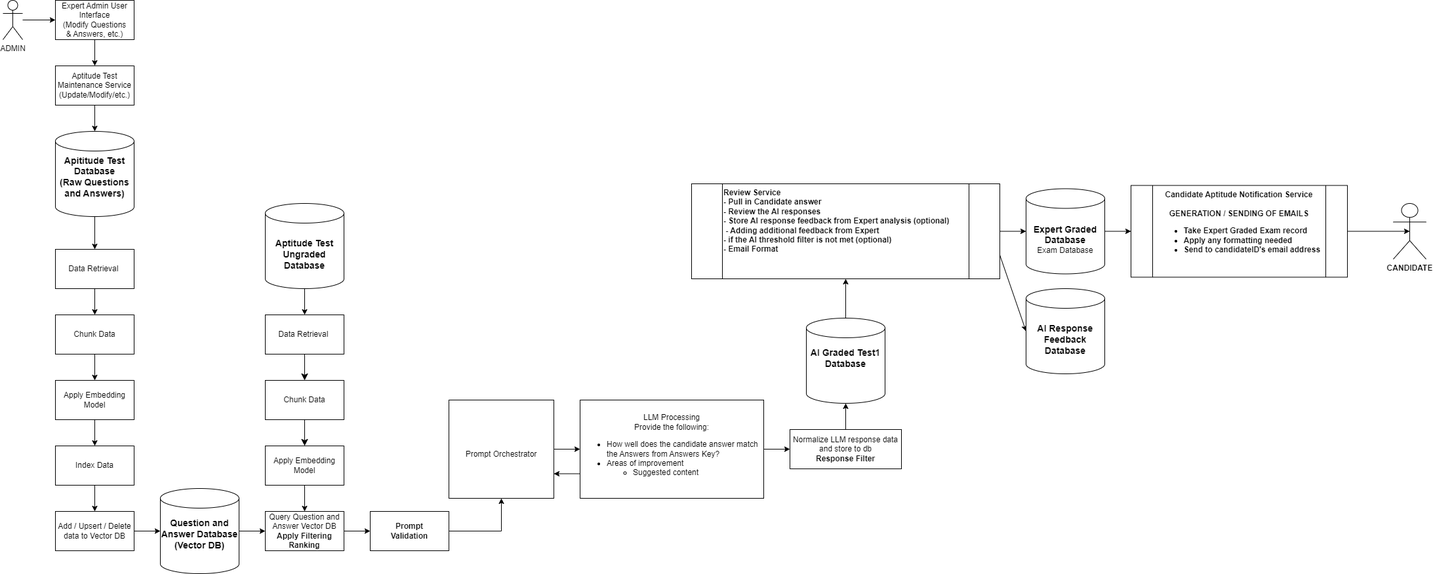
Earlier version of the draw.io export diagrams/ai-short-answer-auto-grader.drawio.png (mmat1/skynet-ai-2025). Source tidied: cells renumbered, new cells last; positions are measured from the earlier drawing's top-left corner, leaving out a move shared by most shapes. Its diagram source:
```xml
<mxGraphModel>
  <root>
    <mxCell id="0" />
    <mxCell id="1" parent="0" />
    <mxCell id="2" value="&lt;b style=&quot;font-size: 14px;&quot;&gt;Aptitude Test Ungraded Database&lt;/b&gt;" style="shape=cylinder3;whiteSpace=wrap;html=1;boundedLbl=1;backgroundOutline=1;size=15;strokeColor=default;align=center;verticalAlign=middle;fontFamily=Helvetica;fontSize=12;fontColor=default;fillColor=default;" parent="1" vertex="1">
      <mxGeometry x="400" y="310" width="120" height="130" as="geometry" />
    </mxCell>
    <mxCell id="3" style="edgeStyle=none;curved=1;rounded=0;jettySize=auto;html=1;fontSize=12;startSize=8;endSize=8;" parent="1" edge="1" source="4" target="49">
      <mxGeometry relative="1" as="geometry" />
    </mxCell>
    <mxCell id="4" value="Data Retrieval&amp;nbsp;" style="rounded=0;whiteSpace=wrap;html=1;" parent="1" vertex="1">
      <mxGeometry x="400" y="480" width="120" height="60" as="geometry" />
    </mxCell>
    <mxCell id="5" style="edgeStyle=orthogonalEdgeStyle;rounded=0;jettySize=auto;html=1;entryX=0.5;entryY=0;entryDx=0;entryDy=0;" parent="1" edge="1" source="2" target="4">
      <mxGeometry relative="1" as="geometry" />
    </mxCell>
    <mxCell id="6" style="edgeStyle=orthogonalEdgeStyle;rounded=0;jettySize=auto;html=1;exitX=0.5;exitY=1;exitDx=0;exitDy=0;entryX=0.5;entryY=0;entryDx=0;entryDy=0;" parent="1" edge="1" source="7" target="9">
      <mxGeometry relative="1" as="geometry" />
    </mxCell>
    <mxCell id="7" value="Apply Embedding Model" style="rounded=0;whiteSpace=wrap;html=1;" parent="1" vertex="1">
      <mxGeometry x="400" y="680" width="120" height="60" as="geometry" />
    </mxCell>
    <mxCell id="8" style="edgeStyle=orthogonalEdgeStyle;rounded=0;jettySize=auto;html=1;entryX=0;entryY=0.5;entryDx=0;entryDy=0;" parent="1" edge="1" source="9" target="38">
      <mxGeometry relative="1" as="geometry" />
    </mxCell>
    <mxCell id="9" value="Query Question and Answer Vector DB&lt;br&gt;&lt;b&gt;Apply Filtering&lt;br&gt;Ranking&lt;br&gt;&lt;/b&gt;" style="rounded=0;whiteSpace=wrap;html=1;" parent="1" vertex="1">
      <mxGeometry x="400" y="780" width="120" height="60" as="geometry" />
    </mxCell>
    <mxCell id="10" style="edgeStyle=orthogonalEdgeStyle;rounded=0;jettySize=auto;html=1;exitX=0.5;exitY=1;exitDx=0;exitDy=0;entryX=0.5;entryY=0;entryDx=0;entryDy=0;" parent="1" edge="1" source="11" target="36">
      <mxGeometry relative="1" as="geometry" />
    </mxCell>
    <mxCell id="11" value="Data Retrieval&amp;nbsp;" style="rounded=0;whiteSpace=wrap;html=1;" parent="1" vertex="1">
      <mxGeometry x="80" y="380" width="120" height="60" as="geometry" />
    </mxCell>
    <mxCell id="12" value="&lt;b&gt;&lt;font style=&quot;font-size: 14px;&quot;&gt;Question and Answer Database (Vector DB)&lt;/font&gt;&lt;/b&gt;&lt;div&gt;&lt;b&gt;&lt;font style=&quot;font-size: 14px;&quot;&gt;&lt;br&gt;&lt;/font&gt;&lt;/b&gt;&lt;/div&gt;" style="shape=cylinder3;whiteSpace=wrap;html=1;boundedLbl=1;backgroundOutline=1;size=15;" parent="1" vertex="1">
      <mxGeometry x="240" y="745" width="120" height="130" as="geometry" />
    </mxCell>
    <mxCell id="13" style="edgeStyle=orthogonalEdgeStyle;rounded=0;jettySize=auto;html=1;exitX=0.5;exitY=1;exitDx=0;exitDy=0;" parent="1" edge="1" source="14" target="15">
      <mxGeometry relative="1" as="geometry" />
    </mxCell>
    <mxCell id="14" value="Expert Admin User Interface&lt;div&gt;(Modify Questions&lt;/div&gt;&lt;div&gt;&amp;amp; Answers, etc.)&lt;/div&gt;" style="rounded=0;whiteSpace=wrap;html=1;" parent="1" vertex="1">
      <mxGeometry x="80" width="120" height="60" as="geometry" />
    </mxCell>
    <mxCell id="15" value="Aptitude Test Maintenance Service&lt;div&gt;(Update/Modify/etc.)&lt;/div&gt;" style="rounded=0;whiteSpace=wrap;html=1;" parent="1" vertex="1">
      <mxGeometry x="80" y="100" width="120" height="60" as="geometry" />
    </mxCell>
    <mxCell id="16" value="Add / Upsert / Delete data to Vector DB" style="rounded=0;whiteSpace=wrap;html=1;" parent="1" vertex="1">
      <mxGeometry x="80" y="780" width="120" height="60" as="geometry" />
    </mxCell>
    <mxCell id="17" style="edgeStyle=orthogonalEdgeStyle;rounded=0;jettySize=auto;html=1;exitX=0.5;exitY=1;exitDx=0;exitDy=0;entryX=0.5;entryY=0;entryDx=0;entryDy=0;" parent="1" edge="1" source="19" target="16">
      <mxGeometry relative="1" as="geometry" />
    </mxCell>
    <mxCell id="18" style="edgeStyle=orthogonalEdgeStyle;rounded=0;jettySize=auto;html=1;startArrow=classic;startFill=1;endArrow=none;endFill=0;" parent="1" edge="1" source="19" target="20">
      <mxGeometry relative="1" as="geometry" />
    </mxCell>
    <mxCell id="19" value="Index Data" style="rounded=0;whiteSpace=wrap;html=1;" parent="1" vertex="1">
      <mxGeometry x="80" y="680" width="120" height="60" as="geometry" />
    </mxCell>
    <mxCell id="20" value="Apply Embedding Model" style="rounded=0;whiteSpace=wrap;html=1;" parent="1" vertex="1">
      <mxGeometry x="80" y="580" width="120" height="60" as="geometry" />
    </mxCell>
    <mxCell id="21" style="edgeStyle=orthogonalEdgeStyle;rounded=0;jettySize=auto;html=1;exitX=0.5;exitY=1;exitDx=0;exitDy=0;exitPerimeter=0;entryX=0.5;entryY=0;entryDx=0;entryDy=0;" parent="1" edge="1" source="22" target="11">
      <mxGeometry relative="1" as="geometry" />
    </mxCell>
    <mxCell id="22" value="&lt;b&gt;&lt;font style=&quot;font-size: 14px;&quot;&gt;Apititude Test Database&lt;/font&gt;&lt;/b&gt;&lt;div&gt;&lt;b&gt;&lt;font style=&quot;font-size: 14px;&quot;&gt;(Raw Questions and Answers&lt;/font&gt;&lt;/b&gt;&lt;b style=&quot;background-color: transparent;&quot;&gt;&lt;font style=&quot;font-size: 14px;&quot;&gt;)&lt;/font&gt;&lt;/b&gt;&lt;/div&gt;&lt;div&gt;&lt;div&gt;&lt;div&gt;&lt;b&gt;&lt;font style=&quot;font-size: 14px;&quot;&gt;&lt;br&gt;&lt;/font&gt;&lt;/b&gt;&lt;/div&gt;&lt;/div&gt;&lt;/div&gt;" style="shape=cylinder3;whiteSpace=wrap;html=1;boundedLbl=1;backgroundOutline=1;size=15;strokeColor=default;align=center;verticalAlign=middle;fontFamily=Helvetica;fontSize=12;fontColor=default;fillColor=default;" parent="1" vertex="1">
      <mxGeometry x="80" y="200" width="120" height="130" as="geometry" />
    </mxCell>
    <mxCell id="23" style="edgeStyle=orthogonalEdgeStyle;rounded=0;jettySize=auto;html=1;entryX=0;entryY=0.5;entryDx=0;entryDy=0;" parent="1" edge="1" source="24" target="14">
      <mxGeometry relative="1" as="geometry" />
    </mxCell>
    <mxCell id="24" value="ADMIN" style="shape=umlActor;verticalLabelPosition=bottom;verticalAlign=top;html=1;outlineConnect=0;" parent="1" vertex="1">
      <mxGeometry width="30" height="60" as="geometry" />
    </mxCell>
    <mxCell id="25" style="edgeStyle=orthogonalEdgeStyle;rounded=0;jettySize=auto;html=1;exitX=0.5;exitY=1;exitDx=0;exitDy=0;entryX=0.5;entryY=0;entryDx=0;entryDy=0;entryPerimeter=0;" parent="1" edge="1" source="15" target="22">
      <mxGeometry relative="1" as="geometry" />
    </mxCell>
    <mxCell id="26" style="edgeStyle=orthogonalEdgeStyle;rounded=0;jettySize=auto;html=1;" parent="1" edge="1" source="27" target="31">
      <mxGeometry relative="1" as="geometry" />
    </mxCell>
    <mxCell id="27" value="&lt;div&gt;&lt;br&gt;&lt;/div&gt;&lt;div&gt;&lt;span style=&quot;text-align: left; background-color: initial;&quot;&gt;Prompt Orchestrator&lt;/span&gt;&lt;/div&gt;" style="rounded=0;whiteSpace=wrap;html=1;" parent="1" vertex="1">
      <mxGeometry x="680" y="610" width="160" height="150" as="geometry" />
    </mxCell>
    <mxCell id="28" value="Normalize LLM response data and store to db&lt;br&gt;&lt;b&gt;Response Filter&lt;/b&gt;" style="rounded=0;whiteSpace=wrap;html=1;" parent="1" vertex="1">
      <mxGeometry x="1200" y="655" width="170" height="60" as="geometry" />
    </mxCell>
    <mxCell id="29" style="edgeStyle=orthogonalEdgeStyle;rounded=0;jettySize=auto;html=1;entryX=0;entryY=0.5;entryDx=0;entryDy=0;" parent="1" edge="1" source="31" target="28">
      <mxGeometry relative="1" as="geometry" />
    </mxCell>
    <mxCell id="30" style="edgeStyle=orthogonalEdgeStyle;rounded=0;jettySize=auto;html=1;entryX=1;entryY=0.75;entryDx=0;entryDy=0;" parent="1" edge="1" source="31" target="27">
      <mxGeometry relative="1" as="geometry">
        <Array as="points">
          <mxPoint x="1000" y="688" />
        </Array>
      </mxGeometry>
    </mxCell>
    <mxCell id="31" value="LLM Processing&lt;br&gt;Provide the following:&lt;br&gt;&lt;ul&gt;&lt;li style=&quot;text-align: left;&quot;&gt;How well does the candidate answer match the Answers from Answers Key?&lt;/li&gt;&lt;li style=&quot;text-align: left;&quot;&gt;Areas of improvement&lt;/li&gt;&lt;ul&gt;&lt;li style=&quot;text-align: left;&quot;&gt;Suggested content&lt;/li&gt;&lt;/ul&gt;&lt;/ul&gt;" style="rounded=0;whiteSpace=wrap;html=1;" parent="1" vertex="1">
      <mxGeometry x="880" y="610" width="280" height="150" as="geometry" />
    </mxCell>
    <mxCell id="32" style="edgeStyle=orthogonalEdgeStyle;rounded=0;jettySize=auto;html=1;entryX=0.5;entryY=1;entryDx=0;entryDy=0;" parent="1" edge="1" source="33" target="44">
      <mxGeometry relative="1" as="geometry" />
    </mxCell>
    <mxCell id="33" value="&lt;b&gt;&lt;font style=&quot;font-size: 14px;&quot;&gt;AI Graded Test1 Database&lt;/font&gt;&lt;/b&gt;&lt;div&gt;&lt;b&gt;&lt;font style=&quot;font-size: 14px;&quot;&gt;&lt;br&gt;&lt;/font&gt;&lt;/b&gt;&lt;/div&gt;&lt;div&gt;&lt;b&gt;&lt;font style=&quot;font-size: 14px;&quot;&gt;&lt;br&gt;&lt;/font&gt;&lt;/b&gt;&lt;/div&gt;" style="shape=cylinder3;whiteSpace=wrap;html=1;boundedLbl=1;backgroundOutline=1;size=15;strokeColor=default;align=center;verticalAlign=middle;fontFamily=Helvetica;fontSize=12;fontColor=default;fillColor=default;" parent="1" vertex="1">
      <mxGeometry x="1225" y="485" width="120" height="130" as="geometry" />
    </mxCell>
    <mxCell id="34" style="edgeStyle=orthogonalEdgeStyle;rounded=0;jettySize=auto;html=1;entryX=0.5;entryY=1;entryDx=0;entryDy=0;entryPerimeter=0;" parent="1" edge="1" source="28" target="33">
      <mxGeometry relative="1" as="geometry" />
    </mxCell>
    <mxCell id="35" style="edgeStyle=orthogonalEdgeStyle;rounded=0;jettySize=auto;html=1;entryX=0.5;entryY=0;entryDx=0;entryDy=0;" parent="1" edge="1" source="36" target="20">
      <mxGeometry relative="1" as="geometry" />
    </mxCell>
    <mxCell id="36" value="Chunk Data" style="rounded=0;whiteSpace=wrap;html=1;" parent="1" vertex="1">
      <mxGeometry x="80" y="480" width="120" height="60" as="geometry" />
    </mxCell>
    <mxCell id="37" style="edgeStyle=orthogonalEdgeStyle;rounded=0;jettySize=auto;html=1;exitX=1;exitY=0.5;exitDx=0;exitDy=0;" parent="1" edge="1" source="38" target="27">
      <mxGeometry relative="1" as="geometry" />
    </mxCell>
    <mxCell id="38" value="&lt;b&gt;Prompt&lt;br&gt;Validation&lt;br&gt;&lt;/b&gt;" style="rounded=0;whiteSpace=wrap;html=1;" parent="1" vertex="1">
      <mxGeometry x="560" y="780" width="120" height="60" as="geometry" />
    </mxCell>
    <mxCell id="39" style="edgeStyle=orthogonalEdgeStyle;rounded=0;jettySize=auto;html=1;entryX=0;entryY=0.5;entryDx=0;entryDy=0;" parent="1" edge="1" source="40" target="47">
      <mxGeometry relative="1" as="geometry" />
    </mxCell>
    <mxCell id="40" value="&lt;span style=&quot;font-size: 14px;&quot;&gt;&lt;b&gt;Expert Graded Database&lt;br&gt;&lt;/b&gt;&lt;/span&gt;Exam Database" style="shape=cylinder3;whiteSpace=wrap;html=1;boundedLbl=1;backgroundOutline=1;size=15;strokeColor=default;align=center;verticalAlign=middle;fontFamily=Helvetica;fontSize=12;fontColor=default;fillColor=default;" parent="1" vertex="1">
      <mxGeometry x="1560" y="287.5" width="120" height="130" as="geometry" />
    </mxCell>
    <mxCell id="41" value="&lt;b&gt;CANDIDATE&lt;/b&gt;" style="shape=umlActor;verticalLabelPosition=bottom;verticalAlign=top;html=1;outlineConnect=0;" parent="1" vertex="1">
      <mxGeometry x="2120" y="310" width="50" height="85" as="geometry" />
    </mxCell>
    <mxCell id="42" style="edgeStyle=orthogonalEdgeStyle;rounded=0;jettySize=auto;html=1;" parent="1" edge="1" source="44" target="40">
      <mxGeometry relative="1" as="geometry" />
    </mxCell>
    <mxCell id="43" style="edgeStyle=none;html=1;exitX=1;exitY=0.75;exitDx=0;exitDy=0;entryX=0;entryY=0.5;entryDx=0;entryDy=0;entryPerimeter=0;" parent="1" edge="1" source="44" target="45">
      <mxGeometry relative="1" as="geometry" />
    </mxCell>
    <mxCell id="44" value="&lt;b&gt;Review Service&lt;br&gt;- Pull in Candidate answer&lt;br&gt;-&amp;nbsp;Review the AI responses&lt;br&gt;- Store AI response feedback from Expert analysis (optional)&lt;br&gt;&amp;nbsp;- Adding additional feedback from Expert&lt;br&gt;&lt;/b&gt;&lt;b style=&quot;border-color: var(--border-color);&quot;&gt;- if the AI threshold filter is not met (optional)&lt;/b&gt;&lt;b&gt;&lt;br&gt;- Email Format&lt;br&gt;&lt;/b&gt;" style="shape=process;whiteSpace=wrap;html=1;backgroundOutline=1;verticalAlign=top;align=left;" parent="1" vertex="1">
      <mxGeometry x="1050" y="280" width="470" height="145" as="geometry" />
    </mxCell>
    <mxCell id="45" value="&lt;span style=&quot;font-size: 14px;&quot;&gt;&lt;b&gt;AI Response&lt;br&gt;Feedback Database&lt;/b&gt;&lt;/span&gt;" style="shape=cylinder3;whiteSpace=wrap;html=1;boundedLbl=1;backgroundOutline=1;size=15;strokeColor=default;align=center;verticalAlign=middle;fontFamily=Helvetica;fontSize=12;fontColor=default;fillColor=default;" parent="1" vertex="1">
      <mxGeometry x="1560" y="440" width="120" height="130" as="geometry" />
    </mxCell>
    <mxCell id="46" style="edgeStyle=orthogonalEdgeStyle;rounded=0;jettySize=auto;html=1;entryX=0.5;entryY=0.5;entryDx=0;entryDy=0;entryPerimeter=0;" parent="1" edge="1" source="47" target="41">
      <mxGeometry relative="1" as="geometry" />
    </mxCell>
    <mxCell id="47" value="&lt;b&gt;Candidate Aptitude Notification Service&lt;/b&gt;&lt;div&gt;&lt;b&gt;&lt;br&gt;&lt;/b&gt;&lt;div&gt;&lt;b&gt;GENERATION / SENDING OF EMAILS&lt;/b&gt;&lt;/div&gt;&lt;div&gt;&lt;ul&gt;&lt;li style=&quot;text-align: left;&quot;&gt;&lt;b&gt;Take Expert Graded Exam record&lt;/b&gt;&lt;/li&gt;&lt;li style=&quot;text-align: left;&quot;&gt;&lt;b&gt;Apply any formatting needed&lt;/b&gt;&lt;/li&gt;&lt;li style=&quot;text-align: left;&quot;&gt;&lt;b&gt;Send to candidateID's email address&lt;/b&gt;&lt;/li&gt;&lt;/ul&gt;&lt;/div&gt;&lt;/div&gt;" style="shape=process;whiteSpace=wrap;html=1;backgroundOutline=1;verticalAlign=top;align=center;" parent="1" vertex="1">
      <mxGeometry x="1720" y="282.5" width="330" height="140" as="geometry" />
    </mxCell>
    <mxCell id="48" style="edgeStyle=none;curved=1;rounded=0;jettySize=auto;html=1;fontSize=12;startSize=8;endSize=8;" parent="1" edge="1" source="49" target="7">
      <mxGeometry relative="1" as="geometry" />
    </mxCell>
    <mxCell id="49" value="Chunk Data" style="rounded=0;whiteSpace=wrap;html=1;" parent="1" vertex="1">
      <mxGeometry x="400" y="580" width="120" height="60" as="geometry" />
    </mxCell>
    <mxCell id="50" style="edgeStyle=none;html=1;exitX=1;exitY=0.5;exitDx=0;exitDy=0;" parent="1" edge="1" source="16" target="12">
      <mxGeometry relative="1" as="geometry" />
    </mxCell>
    <mxCell id="51" style="edgeStyle=none;html=1;" parent="1" edge="1" source="12" target="9">
      <mxGeometry relative="1" as="geometry" />
    </mxCell>
  </root>
</mxGraphModel>
```
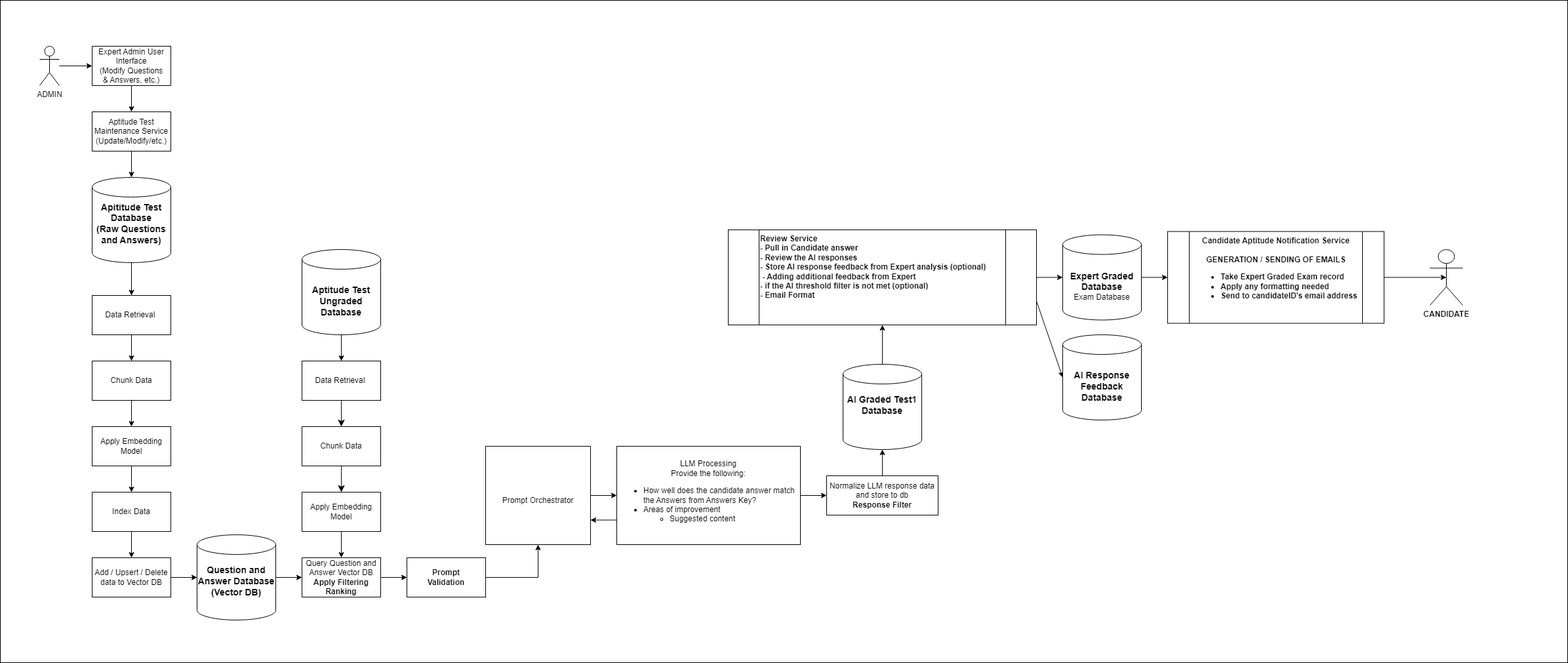
The same diagram one commit later.

Change to the diagram source:
```diff
@@ -2,6 +2,9 @@
   <root>
     <mxCell id="0" />
     <mxCell id="1" parent="0" />
+    <mxCell id="52" style="rounded=0;whiteSpace=wrap;html=1;" parent="1" vertex="1">
+      <mxGeometry x="-60" y="-70" width="2390" height="1010" as="geometry" />
+    </mxCell>
     <mxCell id="2" value="&lt;b style=&quot;font-size: 14px;&quot;&gt;Aptitude Test Ungraded Database&lt;/b&gt;" style="shape=cylinder3;whiteSpace=wrap;html=1;boundedLbl=1;backgroundOutline=1;size=15;strokeColor=default;align=center;verticalAlign=middle;fontFamily=Helvetica;fontSize=12;fontColor=default;fillColor=default;" parent="1" vertex="1">
       <mxGeometry x="400" y="310" width="120" height="130" as="geometry" />
     </mxCell>
```
